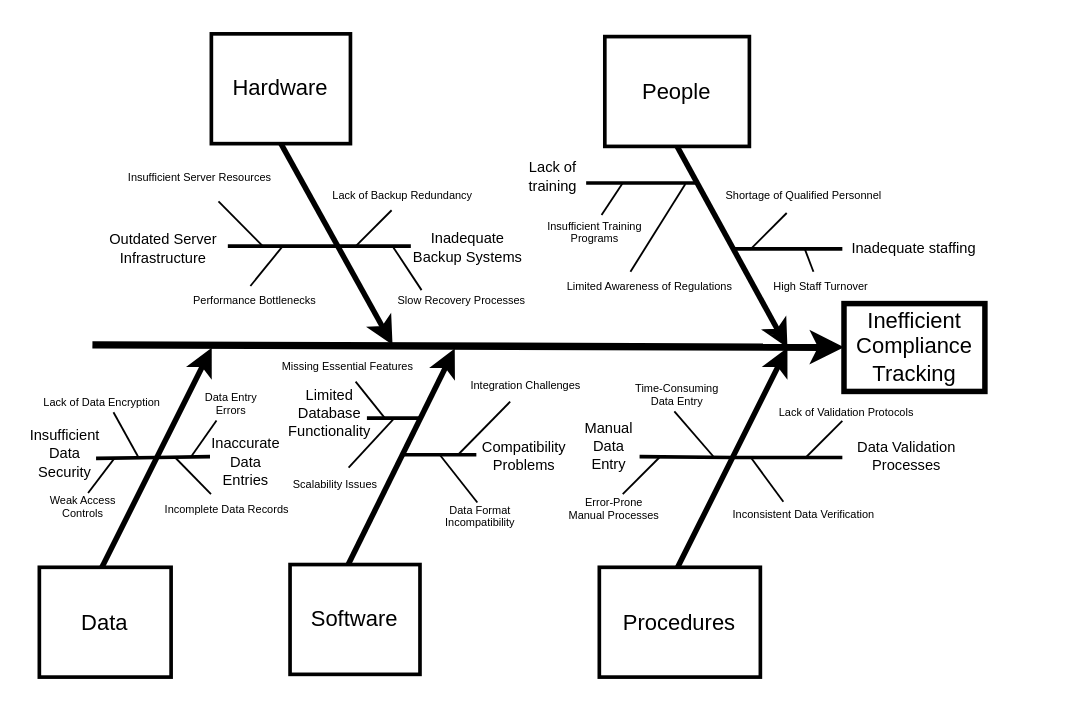
kauer3/bit keeps this draw.io diagram as 602/labs/Untitled Diagram.drawio. Above is the earlier version. Source tidied: cells renumbered, new cells numbered last; positions are measured from the earlier drawing's top-left corner, leaving out a move shared by most shapes. Both pictures are drawn from the tidied source at 183%, with x=0, y=0 at pixel (31, 33).
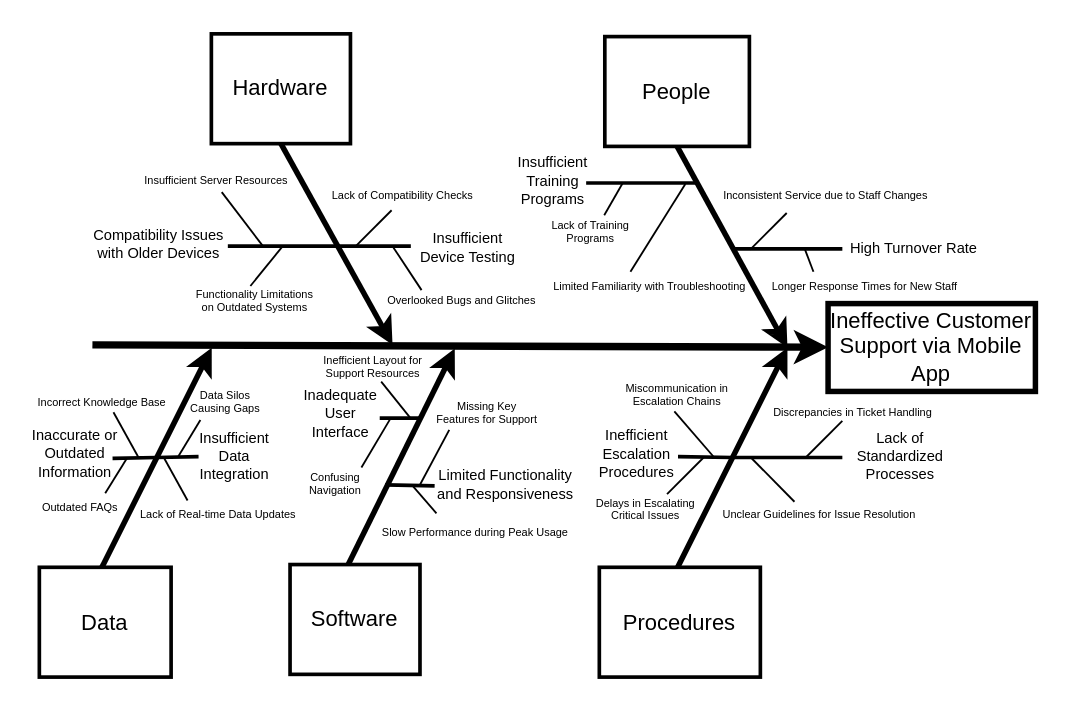
After the change.

Commit message:
create mobile app diagram

Change to the diagram source:
```diff
@@
-    <mxCell id="3" value="Inefficient Compliance Tracking" style="whiteSpace=wrap;strokeWidth=3;" parent="1" vertex="1">
-      <mxGeometry x="443.7" y="147.4" width="77" height="48" as="geometry" />
+    <mxCell id="3" value="Ineffective Customer Support via Mobile App" style="whiteSpace=wrap;strokeWidth=3;" parent="1" vertex="1">
+      <mxGeometry x="435" y="147.4" width="113.3" height="48" as="geometry" />
     </mxCell>
@@
     <mxCell id="6" style="edgeStyle=none;endArrow=none;strokeWidth=2;" parent="1" edge="1">
       <mxGeometry relative="1" as="geometry">
-        <mxPoint x="35" y="232" as="sourcePoint" />
+        <mxPoint x="44" y="232" as="sourcePoint" />
         <mxPoint x="68.2" y="231.5" as="targetPoint" />
       </mxGeometry>
     </mxCell>
-    <mxCell id="7" style="edgeStyle=none;endArrow=none;strokeWidth=2;entryX=-0.025;entryY=0.311;entryDx=0;entryDy=0;entryPerimeter=0;" parent="1" edge="1" target="17">
+    <mxCell id="7" style="edgeStyle=none;endArrow=none;strokeWidth=2;" parent="1" edge="1">
       <mxGeometry relative="1" as="geometry">
         <mxPoint x="68.2" y="231.5" as="sourcePoint" />
+        <mxPoint x="91" y="231" as="targetPoint" />
       </mxGeometry>
     </mxCell>
-    <mxCell id="8" style="edgeStyle=none;endArrow=none;entryX=0.12;entryY=1.02;entryDx=0;entryDy=0;entryPerimeter=0;" parent="1" edge="1" target="15">
+    <mxCell id="8" style="edgeStyle=none;endArrow=none;" parent="1" edge="1">
       <mxGeometry relative="1" as="geometry">
-        <mxPoint x="87" y="231" as="sourcePoint" />
+        <mxPoint x="80" y="230.8" as="sourcePoint" />
+        <mxPoint x="92" y="211" as="targetPoint" />
       </mxGeometry>
     </mxCell>
     <mxCell id="9" style="edgeStyle=none;endArrow=none;" parent="1" edge="1">
       <mxGeometry relative="1" as="geometry">
-        <mxPoint x="78.2" y="231.5" as="sourcePoint" />
-        <mxPoint x="97.8" y="251.5" as="targetPoint" />
+        <mxPoint x="72" y="231.5" as="sourcePoint" />
+        <mxPoint x="85" y="255" as="targetPoint" />
       </mxGeometry>
     </mxCell>
-    <mxCell id="10" style="edgeStyle=none;endArrow=none;exitX=0.563;exitY=-0.029;exitDx=0;exitDy=0;exitPerimeter=0;" parent="1" edge="1" source="14">
+    <mxCell id="10" style="edgeStyle=none;endArrow=none;exitX=0.654;exitY=-0.039;exitDx=0;exitDy=0;exitPerimeter=0;" parent="1" edge="1">
       <mxGeometry relative="1" as="geometry">
-        <mxPoint x="45" y="232" as="targetPoint" />
+        <mxPoint x="40" y="251" as="sourcePoint" />
+        <mxPoint x="51.7" y="232.2" as="targetPoint" />
       </mxGeometry>
     </mxCell>
@@
-    <mxCell id="12" value="Insufficient&#10;Data&#10;Security" style="text;spacingTop=-5;fontSize=8;align=center;verticalAlign=middle;" parent="1" vertex="1">
-      <mxGeometry x="-0.5" y="222" width="37.5" height="20" as="geometry" />
+    <mxCell id="12" value="Inaccurate or&#10;Outdated&#10;Information" style="text;spacingTop=-5;fontSize=8;align=center;verticalAlign=middle;" parent="1" vertex="1">
+      <mxGeometry x="5" y="222" width="37.5" height="20" as="geometry" />
     </mxCell>
-    <mxCell id="13" value="Lack of Data Encryption" style="text;spacingTop=-5;fontSize=6;align=center;verticalAlign=middle;points=[];" parent="1" vertex="1">
+    <mxCell id="13" value="Incorrect Knowledge Base" style="text;spacingTop=-5;fontSize=6;align=center;verticalAlign=middle;points=[];" parent="1" vertex="1">
       <mxGeometry x="1.8" y="201.5" width="73.5" height="5.4" as="geometry" />
     </mxCell>
-    <mxCell id="14" value="Weak Access&#10;Controls" style="text;spacingTop=-5;fontSize=6;align=center;verticalAlign=middle;points=[];" parent="1" vertex="1">
-      <mxGeometry x="8" y="251.5" width="40.2" height="20" as="geometry" />
+    <mxCell id="14" value="Outdated FAQs" style="text;spacingTop=-5;fontSize=6;align=center;verticalAlign=middle;points=[];" parent="1" vertex="1">
+      <mxGeometry x="5" y="251.5" width="43.2" height="20" as="geometry" />
     </mxCell>
-    <mxCell id="15" value="Data Entry&#10;Errors" style="text;spacingTop=-5;fontSize=6;align=center;verticalAlign=middle;points=[];" parent="1" vertex="1">
-      <mxGeometry x="98.2" y="199" width="21.8" height="12" as="geometry" />
+    <mxCell id="15" value="Data Silos&#10;Causing Gaps" style="text;spacingTop=-5;fontSize=6;align=center;verticalAlign=middle;points=[];" parent="1" vertex="1">
+      <mxGeometry x="95" y="198.2" width="21.8" height="12" as="geometry" />
     </mxCell>
-    <mxCell id="16" value="Incomplete Data Records" style="text;spacingTop=-5;fontSize=6;align=center;verticalAlign=middle;" parent="1" vertex="1">
-      <mxGeometry x="71.8" y="254" width="70" height="17.5" as="geometry" />
+    <mxCell id="16" value="Lack of Real-time Data Updates" style="text;spacingTop=-5;fontSize=6;align=center;verticalAlign=middle;" parent="1" vertex="1">
+      <mxGeometry x="67" y="256.7" width="70" height="17.5" as="geometry" />
     </mxCell>
-    <mxCell id="17" value="Inaccurate&#10;Data&#10;Entries" style="text;spacingTop=-5;fontSize=8;align=center;verticalAlign=middle;points=[];" parent="1" vertex="1">
-      <mxGeometry x="98.2" y="222" width="37.8" height="29" as="geometry" />
-    </mxCell>
@@
     <mxCell id="24" style="edgeStyle=none;endArrow=none;strokeWidth=2;" parent="1" edge="1">
       <mxGeometry relative="1" as="geometry">
-        <mxPoint x="183" y="210" as="sourcePoint" />
+        <mxPoint x="190" y="210" as="sourcePoint" />
         <mxPoint x="212.8" y="210" as="targetPoint" />
       </mxGeometry>
     </mxCell>
     <mxCell id="25" style="edgeStyle=none;endArrow=none;strokeWidth=2;" parent="1" edge="1">
       <mxGeometry relative="1" as="geometry">
-        <mxPoint x="202.8" y="230" as="sourcePoint" />
-        <mxPoint x="242.8" y="230" as="targetPoint" />
+        <mxPoint x="193" y="246.5" as="sourcePoint" />
+        <mxPoint x="220" y="247" as="targetPoint" />
       </mxGeometry>
     </mxCell>
@@
-    <mxCell id="30" style="edgeStyle=none;endArrow=none;entryX=0.365;entryY=1.104;entryDx=0;entryDy=0;entryPerimeter=0;" parent="1" edge="1" target="41">
+    <mxCell id="30" style="edgeStyle=none;endArrow=none;" parent="1" edge="1">
       <mxGeometry relative="1" as="geometry">
-        <mxPoint x="232.8" y="230" as="sourcePoint" />
+        <mxPoint x="212" y="246.4" as="sourcePoint" />
+        <mxPoint x="228" y="216.4" as="targetPoint" />
       </mxGeometry>
     </mxCell>
-    <mxCell id="31" style="edgeStyle=none;endArrow=none;entryX=0.446;entryY=0.031;entryDx=0;entryDy=0;entryPerimeter=0;" parent="1" edge="1" target="42">
+    <mxCell id="31" style="edgeStyle=none;endArrow=none;" parent="1" edge="1">
       <mxGeometry relative="1" as="geometry">
-        <mxPoint x="222.8" y="230" as="sourcePoint" />
+        <mxPoint x="208" y="247" as="sourcePoint" />
+        <mxPoint x="221" y="262" as="targetPoint" />
       </mxGeometry>
     </mxCell>
-    <mxCell id="32" style="edgeStyle=none;endArrow=none;" parent="1" edge="1" source="38">
+    <mxCell id="32" style="edgeStyle=none;endArrow=none;" parent="1" edge="1">
       <mxGeometry relative="1" as="geometry">
-        <mxPoint x="192.8" y="210" as="targetPoint" />
+        <mxPoint x="190.8" y="190" as="sourcePoint" />
+        <mxPoint x="206.8" y="210" as="targetPoint" />
       </mxGeometry>
     </mxCell>
-    <mxCell id="33" value="Outdated Server&#10;Infrastructure" style="text;spacingTop=-5;fontSize=8;align=center;verticalAlign=middle;" parent="1" vertex="1">
-      <mxGeometry x="37" y="110" width="70" height="20" as="geometry" />
+    <mxCell id="33" value="Compatibility Issues&#10;with Older Devices" style="text;spacingTop=-5;fontSize=8;align=center;verticalAlign=middle;" parent="1" vertex="1">
+      <mxGeometry x="32" y="105" width="75" height="25" as="geometry" />
     </mxCell>
-    <mxCell id="34" value="Limited&#10;Database&#10;Functionality" style="text;spacingTop=-5;fontSize=8;align=center;verticalAlign=middle;" parent="1" vertex="1">
-      <mxGeometry x="141" y="200" width="43.8" height="20" as="geometry" />
+    <mxCell id="34" value="Inadequate&#10;User&#10;Interface" style="text;spacingTop=-5;fontSize=8;align=center;verticalAlign=middle;" parent="1" vertex="1">
+      <mxGeometry x="147" y="200.2" width="43.8" height="20" as="geometry" />
     </mxCell>
     <mxCell id="35" value="Insufficient Server Resources" style="text;spacingTop=-5;fontSize=6;align=center;verticalAlign=middle;points=[];" parent="1" vertex="1">
-      <mxGeometry x="48" y="71.5" width="88" height="20" as="geometry" />
+      <mxGeometry x="57" y="79.5" width="88" height="7" as="geometry" />
     </mxCell>
-    <mxCell id="36" value="Performance Bottlenecks" style="text;spacingTop=-5;fontSize=6;align=center;verticalAlign=middle;points=[];" parent="1" vertex="1">
+    <mxCell id="36" value="Functionality Limitations&#10;on Outdated Systems" style="text;spacingTop=-5;fontSize=6;align=center;verticalAlign=middle;points=[];" parent="1" vertex="1">
       <mxGeometry x="107" y="138.9" width="30" height="20" as="geometry" />
     </mxCell>
-    <mxCell id="37" value="Scalability Issues" style="text;spacingTop=-5;fontSize=6;align=center;verticalAlign=middle;" parent="1" vertex="1">
+    <mxCell id="37" value="Confusing&#10;Navigation" style="text;spacingTop=-5;fontSize=6;align=center;verticalAlign=middle;" parent="1" vertex="1">
       <mxGeometry x="151" y="239" width="30" height="20" as="geometry" />
     </mxCell>
-    <mxCell id="38" value="Missing Essential Features" style="text;spacingTop=-5;fontSize=6;align=center;verticalAlign=middle;points=[];" parent="1" vertex="1">
-      <mxGeometry x="157.8" y="179.9" width="30" height="10.1" as="geometry" />
+    <mxCell id="38" value="Inefficient Layout for&#10;Support Resources" style="text;spacingTop=-5;fontSize=6;align=center;verticalAlign=middle;points=[];" parent="1" vertex="1">
+      <mxGeometry x="171.6" y="179.9" width="30" height="10.1" as="geometry" />
     </mxCell>
-    <mxCell id="39" value="Lack of Backup Redundancy" style="text;spacingTop=-5;fontSize=6;align=center;verticalAlign=middle;" parent="1" vertex="1">
+    <mxCell id="39" value="Lack of Compatibility Checks" style="text;spacingTop=-5;fontSize=6;align=center;verticalAlign=middle;" parent="1" vertex="1">
       <mxGeometry x="187.8" y="81.5" width="30" height="20" as="geometry" />
     </mxCell>
-    <mxCell id="40" value="Slow Recovery Processes" style="text;spacingTop=-5;fontSize=6;align=center;verticalAlign=middle;points=[];" parent="1" vertex="1">
+    <mxCell id="40" value="Overlooked Bugs and Glitches" style="text;spacingTop=-5;fontSize=6;align=center;verticalAlign=middle;points=[];" parent="1" vertex="1">
       <mxGeometry x="201.6" y="138.9" width="67" height="20" as="geometry" />
     </mxCell>
-    <mxCell id="41" value="Integration Challenges" style="text;spacingTop=-5;fontSize=6;align=center;verticalAlign=middle;points=[];" parent="1" vertex="1">
-      <mxGeometry x="237.4" y="190.4" width="65.4" height="9.6" as="geometry" />
+    <mxCell id="41" value="Missing Key&#10;Features for Support" style="text;spacingTop=-5;fontSize=6;align=center;verticalAlign=middle;points=[];" parent="1" vertex="1">
+      <mxGeometry x="220" y="205.4" width="57.8" height="9.6" as="geometry" />
     </mxCell>
-    <mxCell id="42" value="Data Format&#10;Incompatibility" style="text;spacingTop=-5;fontSize=6;align=center;verticalAlign=middle;points=[];" parent="1" vertex="1">
-      <mxGeometry x="228" y="255.4" width="34.4" height="22.6" as="geometry" />
+    <mxCell id="42" value="Slow Performance during Peak Usage" style="text;spacingTop=-5;fontSize=6;align=center;verticalAlign=middle;points=[];" parent="1" vertex="1">
+      <mxGeometry x="215" y="264" width="55" height="22.6" as="geometry" />
     </mxCell>
-    <mxCell id="43" value="Inadequate&#10;Backup Systems" style="text;spacingTop=-5;fontSize=8;align=center;verticalAlign=middle;" parent="1" vertex="1">
+    <mxCell id="43" value="Insufficient&#10;Device Testing" style="text;spacingTop=-5;fontSize=8;align=center;verticalAlign=middle;" parent="1" vertex="1">
       <mxGeometry x="208.2" y="109" width="60.4" height="21" as="geometry" />
     </mxCell>
-    <mxCell id="44" value="Compatibility&#10;Problems" style="text;spacingTop=-5;fontSize=8;align=center;verticalAlign=middle;" parent="1" vertex="1">
-      <mxGeometry x="254.2" y="223.4" width="30" height="20" as="geometry" />
+    <mxCell id="44" value="Limited Functionality&#10;and Responsiveness" style="text;spacingTop=-5;fontSize=8;align=center;verticalAlign=middle;" parent="1" vertex="1">
+      <mxGeometry x="244" y="239" width="30" height="20" as="geometry" />
     </mxCell>
@@
     <mxCell id="51" style="edgeStyle=none;endArrow=none;strokeWidth=2;" parent="1" edge="1">
       <mxGeometry relative="1" as="geometry">
-        <mxPoint x="332" y="231" as="sourcePoint" />
+        <mxPoint x="353" y="231" as="sourcePoint" />
         <mxPoint x="382.8" y="231.5" as="targetPoint" />
       </mxGeometry>
     </mxCell>
@@
     <mxCell id="60" style="edgeStyle=none;endArrow=none;" parent="1" edge="1">
       <mxGeometry relative="1" as="geometry">
-        <mxPoint x="322.8" y="251.5" as="sourcePoint" />
-        <mxPoint x="342.8" y="231.5" as="targetPoint" />
+        <mxPoint x="347" y="251.5" as="sourcePoint" />
+        <mxPoint x="367" y="231.5" as="targetPoint" />
       </mxGeometry>
     </mxCell>
-    <mxCell id="61" value="Lack of&#10;training" style="text;spacingTop=-5;fontSize=8;align=center;verticalAlign=middle;" parent="1" vertex="1">
-      <mxGeometry x="267" y="70" width="35.8" height="21.5" as="geometry" />
+    <mxCell id="61" value="Insufficient&#10;Training&#10;Programs" style="text;spacingTop=-5;fontSize=8;align=center;verticalAlign=middle;" parent="1" vertex="1">
+      <mxGeometry x="267" y="64" width="35.8" height="38" as="geometry" />
     </mxCell>
-    <mxCell id="62" value="Manual&#10;Data&#10;Entry" style="text;spacingTop=-5;fontSize=8;align=center;verticalAlign=middle;" parent="1" vertex="1">
-      <mxGeometry x="302.8" y="213.6" width="25.4" height="28.9" as="geometry" />
+    <mxCell id="62" value="Inefficient&#10;Escalation&#10;Procedures" style="text;spacingTop=-5;fontSize=8;align=center;verticalAlign=middle;" parent="1" vertex="1">
+      <mxGeometry x="318" y="217.6" width="25.4" height="28.9" as="geometry" />
     </mxCell>
-    <mxCell id="63" value="Insufficient Training&#10;Programs" style="text;spacingTop=-5;fontSize=6;align=center;verticalAlign=middle;points=[];" parent="1" vertex="1">
-      <mxGeometry x="292.8" y="101.5" width="30" height="20" as="geometry" />
+    <mxCell id="63" value="Lack of Training&#10;Programs" style="text;spacingTop=-5;fontSize=6;align=center;verticalAlign=middle;points=[];" parent="1" vertex="1">
+      <mxGeometry x="274" y="101.5" width="63" height="19" as="geometry" />
     </mxCell>
-    <mxCell id="64" value="Limited Awareness of Regulations" style="text;spacingTop=-5;fontSize=6;align=center;verticalAlign=middle;" parent="1" vertex="1">
+    <mxCell id="64" value="Limited Familiarity with Troubleshooting" style="text;spacingTop=-5;fontSize=6;align=center;verticalAlign=middle;" parent="1" vertex="1">
       <mxGeometry x="287.8" y="131" width="100" height="20" as="geometry" />
     </mxCell>
-    <mxCell id="65" value="Time-Consuming&#10;Data Entry" style="text;spacingTop=-5;fontSize=6;align=center;verticalAlign=middle;points=[];" parent="1" vertex="1">
+    <mxCell id="65" value="Miscommunication in&#10;Escalation Chains" style="text;spacingTop=-5;fontSize=6;align=center;verticalAlign=middle;points=[];" parent="1" vertex="1">
       <mxGeometry x="327.8" y="195.4" width="50" height="10" as="geometry" />
     </mxCell>
-    <mxCell id="66" value="Error-Prone&#10;Manual Processes" style="text;spacingTop=-5;fontSize=6;align=center;verticalAlign=middle;" parent="1" vertex="1">
-      <mxGeometry x="292.8" y="252.5" width="51.1" height="20" as="geometry" />
+    <mxCell id="66" value="Delays in Escalating&#10;Critical Issues" style="text;spacingTop=-5;fontSize=6;align=center;verticalAlign=middle;" parent="1" vertex="1">
+      <mxGeometry x="310" y="252.8" width="51.1" height="20" as="geometry" />
     </mxCell>
-    <mxCell id="67" value="Shortage of Qualified Personnel" style="text;spacingTop=-5;fontSize=6;align=center;verticalAlign=middle;" parent="1" vertex="1">
-      <mxGeometry x="377" y="81.5" width="90" height="20" as="geometry" />
+    <mxCell id="67" value="Inconsistent Service due to Staff Changes" style="text;spacingTop=-5;fontSize=6;align=center;verticalAlign=middle;" parent="1" vertex="1">
+      <mxGeometry x="377" y="81.5" width="114" height="20" as="geometry" />
     </mxCell>
-    <mxCell id="68" value="High Staff Turnover" style="text;spacingTop=-5;fontSize=6;align=center;verticalAlign=middle;" parent="1" vertex="1">
-      <mxGeometry x="403.7" y="131" width="55.4" height="20" as="geometry" />
+    <mxCell id="68" value="Longer Response Times for New Staff" style="text;spacingTop=-5;fontSize=6;align=center;verticalAlign=middle;" parent="1" vertex="1">
+      <mxGeometry x="403.7" y="131" width="103.3" height="20" as="geometry" />
     </mxCell>
-    <mxCell id="69" value="Lack of Validation Protocols" style="text;spacingTop=-5;fontSize=6;align=center;verticalAlign=middle;" parent="1" vertex="1">
-      <mxGeometry x="403.7" y="199.9" width="83.3" height="20" as="geometry" />
+    <mxCell id="69" value="Discrepancies in Ticket Handling" style="text;spacingTop=-5;fontSize=6;align=center;verticalAlign=middle;" parent="1" vertex="1">
+      <mxGeometry x="403.7" y="199.9" width="90.3" height="20" as="geometry" />
     </mxCell>
-    <mxCell id="70" value="Inconsistent Data Verification" style="text;spacingTop=-5;fontSize=6;align=center;verticalAlign=middle;points=[];" parent="1" vertex="1">
-      <mxGeometry x="382" y="255.4" width="80" height="20" as="geometry" />
+    <mxCell id="70" value="Unclear Guidelines for Issue Resolution" style="text;spacingTop=-5;fontSize=6;align=center;verticalAlign=middle;points=[];" parent="1" vertex="1">
+      <mxGeometry x="382" y="255.4" width="97" height="20" as="geometry" />
     </mxCell>
-    <mxCell id="71" value="Data Validation&#10;Processes" style="text;spacingTop=-5;fontSize=8;align=center;verticalAlign=middle;" parent="1" vertex="1">
-      <mxGeometry x="447.4" y="218.3" width="61.6" height="30.1" as="geometry" />
+    <mxCell id="71" value="Lack of&#10;Standardized&#10;Processes" style="text;spacingTop=-5;fontSize=8;align=center;verticalAlign=middle;" parent="1" vertex="1">
+      <mxGeometry x="447.4" y="218.3" width="54.6" height="30.1" as="geometry" />
     </mxCell>
-    <mxCell id="72" value="Inadequate staffing" style="text;spacingTop=-5;fontSize=8;align=center;verticalAlign=middle;" parent="1" vertex="1">
+    <mxCell id="72" value="High Turnover Rate" style="text;spacingTop=-5;fontSize=8;align=center;verticalAlign=middle;" parent="1" vertex="1">
       <mxGeometry x="447.4" y="110" width="69.6" height="20" as="geometry" />
     </mxCell>
     <mxCell id="73" style="edgeStyle=none;endArrow=none;" parent="1" edge="1">
       <mxGeometry relative="1" as="geometry">
-        <mxPoint x="173" y="237" as="sourcePoint" />
-        <mxPoint x="198" y="210" as="targetPoint" />
+        <mxPoint x="180" y="237" as="sourcePoint" />
+        <mxPoint x="196" y="210" as="targetPoint" />
       </mxGeometry>
     </mxCell>
+    <mxCell id="74" value="Insufficient&#10;Data&#10;Integration" style="text;spacingTop=-5;fontSize=8;align=center;verticalAlign=middle;" parent="1" vertex="1">
+      <mxGeometry x="92" y="218.9" width="37.8" height="29" as="geometry" />
+    </mxCell>
```
